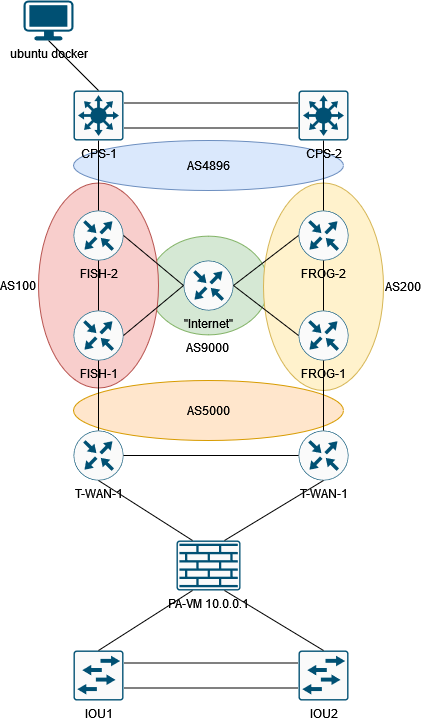
The draw.io diagram Network Lab v1.png in ExactExtra/Network-Lab, before a commit. Source tidied: cells renumbered, new cells last; positions are measured from the earlier drawing's top-left corner, leaving out a move shared by most shapes.
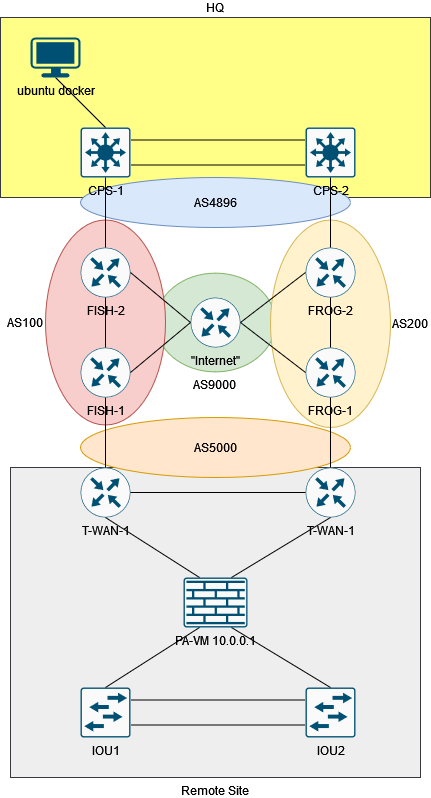
The same file after the commit.

Diff of the diagram source:
```diff
@@ -2,6 +2,12 @@
   <root>
     <mxCell id="0" />
     <mxCell id="1" parent="0" />
+    <mxCell id="40" value="Remote Site" style="rounded=0;whiteSpace=wrap;html=1;labelPosition=center;verticalLabelPosition=bottom;align=center;verticalAlign=top;fillColor=#eeeeee;strokeColor=#36393d;" parent="1" vertex="1">
+      <mxGeometry x="-20" y="430" width="410" height="310" as="geometry" />
+    </mxCell>
+    <mxCell id="41" value="HQ" style="rounded=0;whiteSpace=wrap;html=1;fillColor=#ffff88;strokeColor=#36393d;labelPosition=center;verticalLabelPosition=top;align=center;verticalAlign=bottom;" parent="1" vertex="1">
+      <mxGeometry x="-30" y="-20" width="430" height="180" as="geometry" />
+    </mxCell>
     <mxCell id="2" value="AS5000" style="ellipse;whiteSpace=wrap;html=1;fillColor=#ffe6cc;strokeColor=#d79b00;" parent="1" vertex="1">
       <mxGeometry x="50" y="380" width="270" height="60" as="geometry" />
     </mxCell>
```
